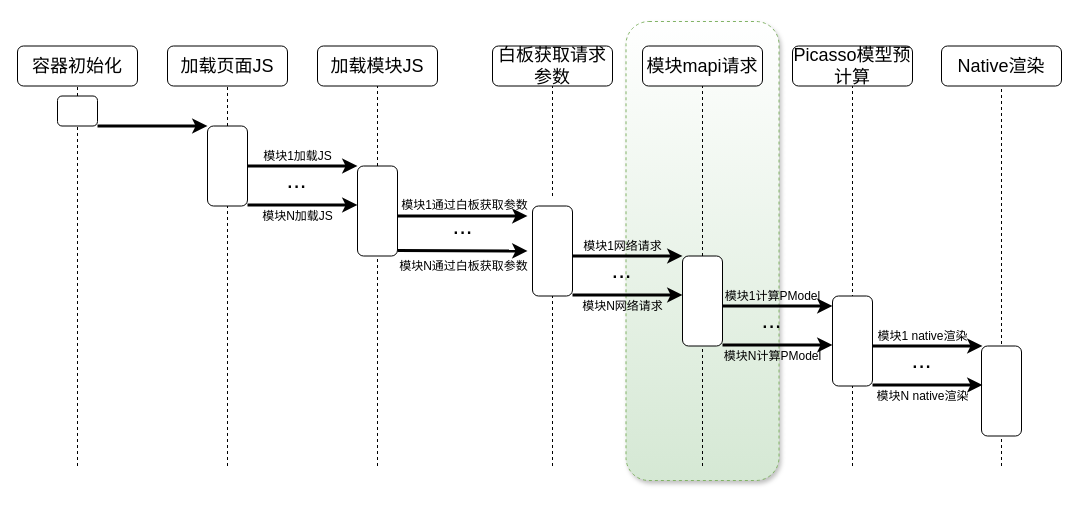
The draw.io diagram page "Page-1" (1 of 9) of 频道首页执行流程.drawio in hpk1994/shophome, before the edit. Source tidied: cells renumbered, new cells numbered last; positions are measured from the earlier drawing's top-left corner, leaving out a move shared by most shapes. Both pictures are drawn from the tidied source at 100%, with x=0, y=0 at pixel (17, 21).
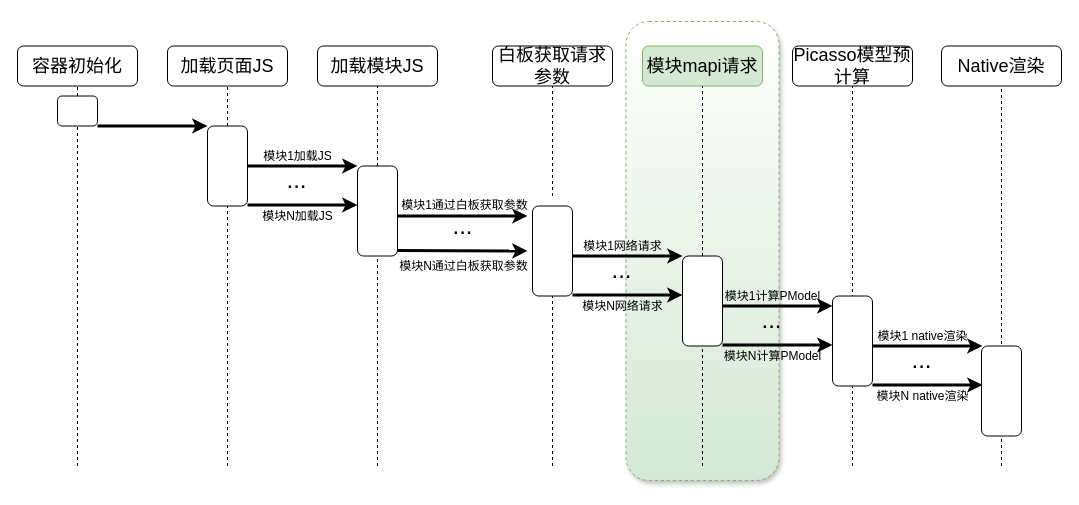
The same page after the edit.

Diff of the diagram source:
```diff
@@
-    <mxCell id="11" value="&lt;span style=&quot;font-size: 18px&quot;&gt;模块mapi请求&lt;/span&gt;" style="rounded=1;whiteSpace=wrap;html=1;" parent="1" vertex="1">
+    <mxCell id="11" value="&lt;span style=&quot;font-size: 18px&quot;&gt;模块mapi请求&lt;/span&gt;" style="rounded=1;whiteSpace=wrap;html=1;fillColor=#d5e8d4;strokeColor=#82b366;" parent="1" vertex="1">
       <mxGeometry x="625" y="24.5" width="120" height="40" as="geometry" />
     </mxCell>
```
